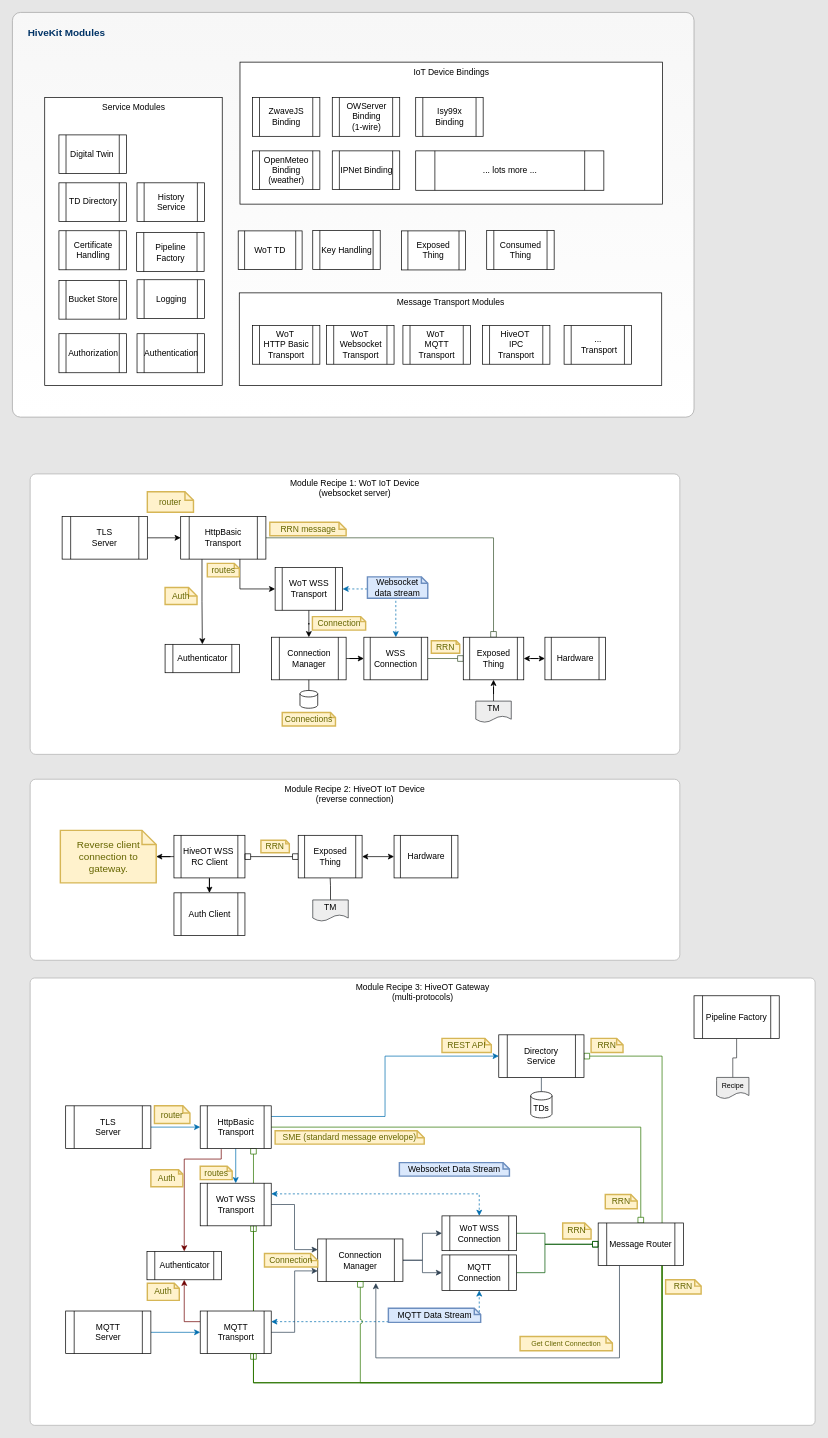
hiveot/hivekit keeps this draw.io diagram as page "hivekit overview" (2 of 7) of docs/hivekit.drawio. Above is the earlier version. Source tidied: cells renumbered, new cells numbered last; positions are measured from the earlier drawing's top-left corner, leaving out a move shared by most shapes. Both pictures are drawn from the tidied source at 71%, with x=0, y=0 at pixel (12, 12).
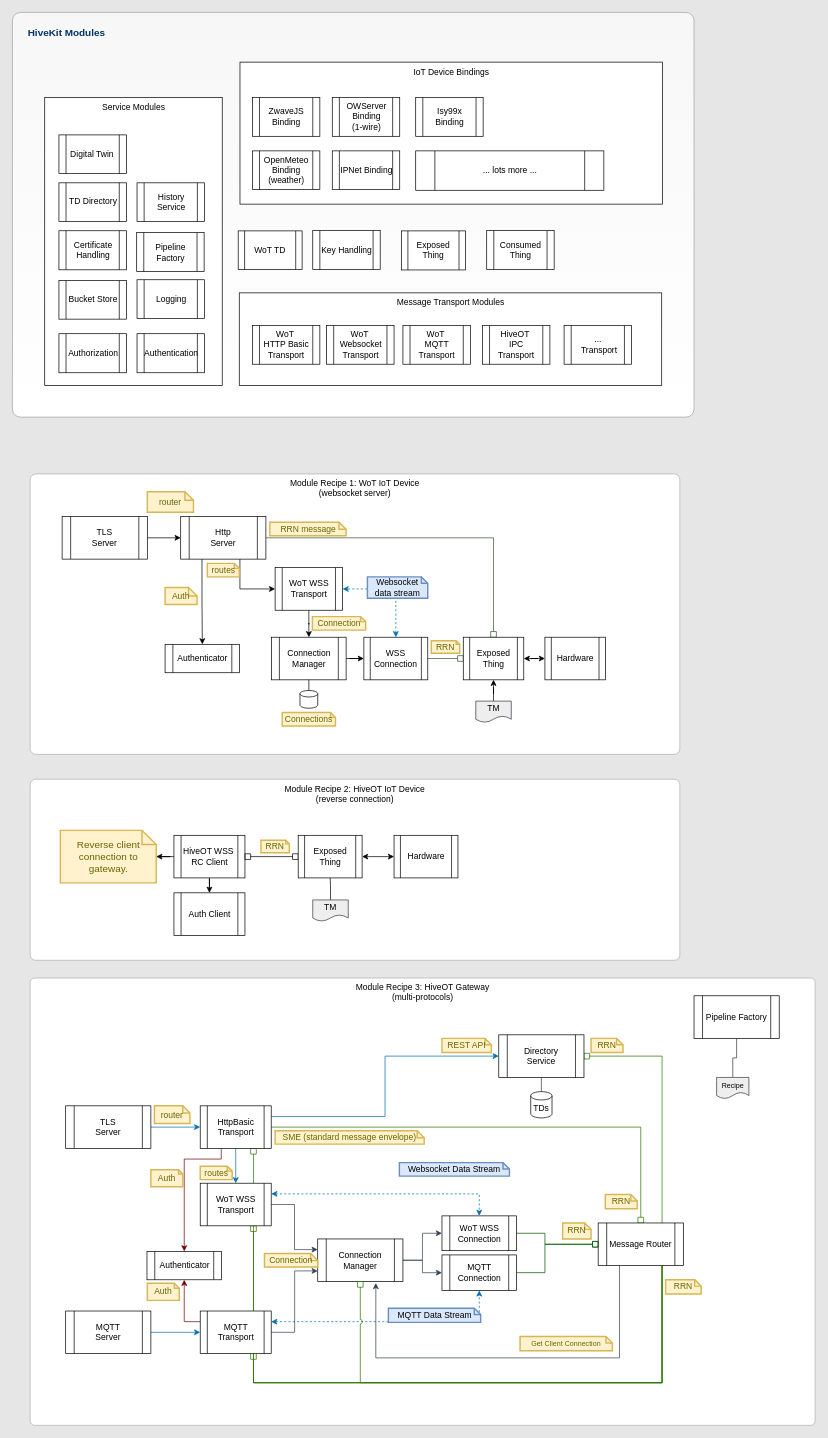
The same diagram, later.

The edit, as a diff of the source:
```diff
@@
-    <mxCell id="86" value="HttpBasic&lt;br&gt;Transport" style="shape=process;whiteSpace=wrap;html=1;backgroundOutline=1;" parent="8" vertex="1">
+    <mxCell id="86" value="Http&lt;br&gt;Server" style="shape=process;whiteSpace=wrap;html=1;backgroundOutline=1;" parent="8" vertex="1">
       <mxGeometry x="237" y="710" width="120" height="60" as="geometry" />
     </mxCell>
```
